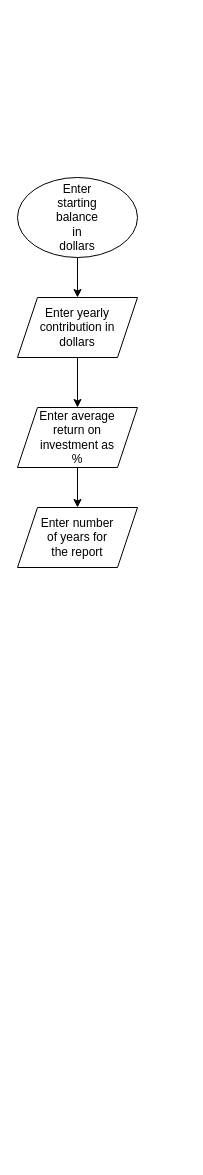
Before: Sample.drawio in ConnerDaymon/Sample, a draw.io diagram. Source tidied: cells renumbered, new cells numbered last; positions are measured from the earlier drawing's top-left corner, leaving out a move shared by most shapes. Both pictures are drawn from the tidied source at 100%, with x=0, y=0 at pixel (17, 177).
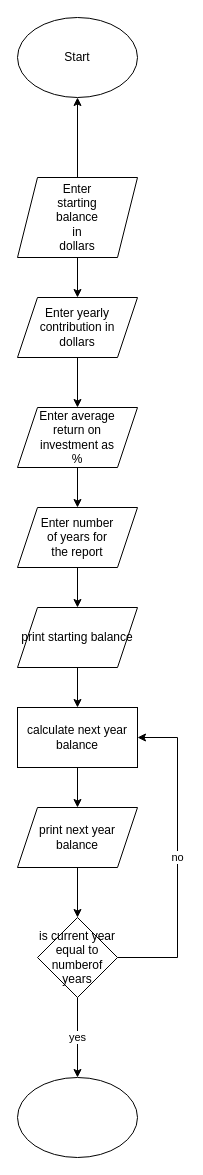
The same page after the edit.

The change refers to these unchanged cells:
```xml
<mxCell id="8" style="shape=parallelogram;perimeter=parallelogramPerimeter;whiteSpace=wrap;html=1;fixedSize=1;" parent="1" vertex="1">
  <mxGeometry y="330" width="120" height="60" as="geometry" />
</mxCell>
```

Change to the diagram source:
```diff
@@
+    <mxCell id="13" style="edgeStyle=orthogonalEdgeStyle;rounded=0;jettySize=auto;html=1;" parent="1" edge="1" source="3" target="15">
+      <mxGeometry relative="1" as="geometry" />
+    </mxCell>
-    <mxCell id="3" style="ellipse;whiteSpace=wrap;html=1;" parent="1" vertex="1">
+    <mxCell id="3" style="shape=parallelogram;perimeter=parallelogramPerimeter;whiteSpace=wrap;html=1;fixedSize=1;fontFamily=Helvetica;fontSize=12;fontColor=#000000;align=center;strokeColor=#000000;fillColor=#ffffff;" parent="1" vertex="1">
       <mxGeometry width="120" height="80" as="geometry" />
     </mxCell>
@@
+    <mxCell id="14" style="edgeStyle=orthogonalEdgeStyle;rounded=0;jettySize=auto;html=1;" parent="1" edge="1" source="8" target="17">
+      <mxGeometry relative="1" as="geometry" />
+    </mxCell>
@@
+    <mxCell id="15" value="Start" style="ellipse;whiteSpace=wrap;html=1;" parent="1" vertex="1">
+      <mxGeometry y="-160" width="120" height="80" as="geometry" />
+    </mxCell>
+    <mxCell id="16" style="edgeStyle=orthogonalEdgeStyle;rounded=0;jettySize=auto;html=1;" parent="1" edge="1" source="17" target="19">
+      <mxGeometry relative="1" as="geometry" />
+    </mxCell>
+    <mxCell id="17" value="print starting balance" style="shape=parallelogram;perimeter=parallelogramPerimeter;whiteSpace=wrap;html=1;fixedSize=1;" parent="1" vertex="1">
+      <mxGeometry y="430" width="120" height="60" as="geometry" />
+    </mxCell>
+    <mxCell id="18" style="edgeStyle=orthogonalEdgeStyle;rounded=0;jettySize=auto;html=1;" parent="1" edge="1" source="19" target="22">
+      <mxGeometry relative="1" as="geometry" />
+    </mxCell>
+    <mxCell id="19" value="calculate next year balance" style="rounded=0;whiteSpace=wrap;html=1;fontFamily=Helvetica;fontSize=12;fontColor=#000000;align=center;strokeColor=#000000;fillColor=#ffffff;" parent="1" vertex="1">
+      <mxGeometry y="530" width="120" height="60" as="geometry" />
+    </mxCell>
+    <mxCell id="20" value="no" style="edgeStyle=orthogonalEdgeStyle;rounded=0;jettySize=auto;html=1;exitX=1;exitY=0.5;exitDx=0;exitDy=0;entryX=1;entryY=0.5;entryDx=0;entryDy=0;" parent="1" edge="1" source="24" target="19">
+      <mxGeometry relative="1" as="geometry">
+        <Array as="points">
+          <mxPoint x="160" y="780" />
+          <mxPoint x="160" y="560" />
+        </Array>
+      </mxGeometry>
+    </mxCell>
+    <mxCell id="21" style="edgeStyle=orthogonalEdgeStyle;rounded=0;jettySize=auto;html=1;" parent="1" edge="1" source="22" target="24">
+      <mxGeometry relative="1" as="geometry" />
+    </mxCell>
+    <mxCell id="22" value="print next year balance" style="shape=parallelogram;perimeter=parallelogramPerimeter;whiteSpace=wrap;html=1;fixedSize=1;rounded=0;" parent="1" vertex="1">
+      <mxGeometry y="630" width="120" height="60" as="geometry" />
+    </mxCell>
+    <mxCell id="23" value="yes" style="edgeStyle=orthogonalEdgeStyle;rounded=0;jettySize=auto;html=1;" parent="1" edge="1" source="24" target="25">
+      <mxGeometry relative="1" as="geometry" />
+    </mxCell>
+    <mxCell id="24" value="is current year equal to numberof years" style="rhombus;whiteSpace=wrap;html=1;rounded=0;" parent="1" vertex="1">
+      <mxGeometry x="20" y="740" width="80" height="80" as="geometry" />
+    </mxCell>
+    <mxCell id="25" style="ellipse;whiteSpace=wrap;html=1;rounded=0;" parent="1" vertex="1">
+      <mxGeometry y="900" width="120" height="80" as="geometry" />
+    </mxCell>
```
